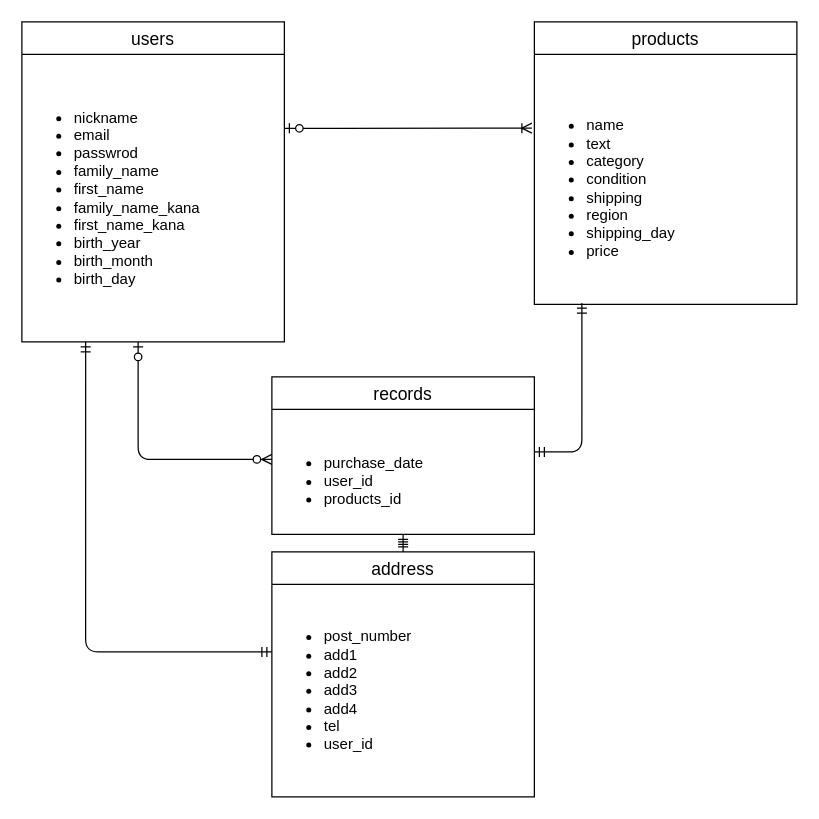
Earlier version of the draw.io diagram furima-31696.dio (atsutomori-82/furima-31696). Source tidied: cells renumbered, new cells numbered last; positions are measured from the earlier drawing's top-left corner, leaving out a move shared by most shapes. Both pictures are drawn from the tidied source at 125%, with x=0, y=0 at pixel (21, 21).
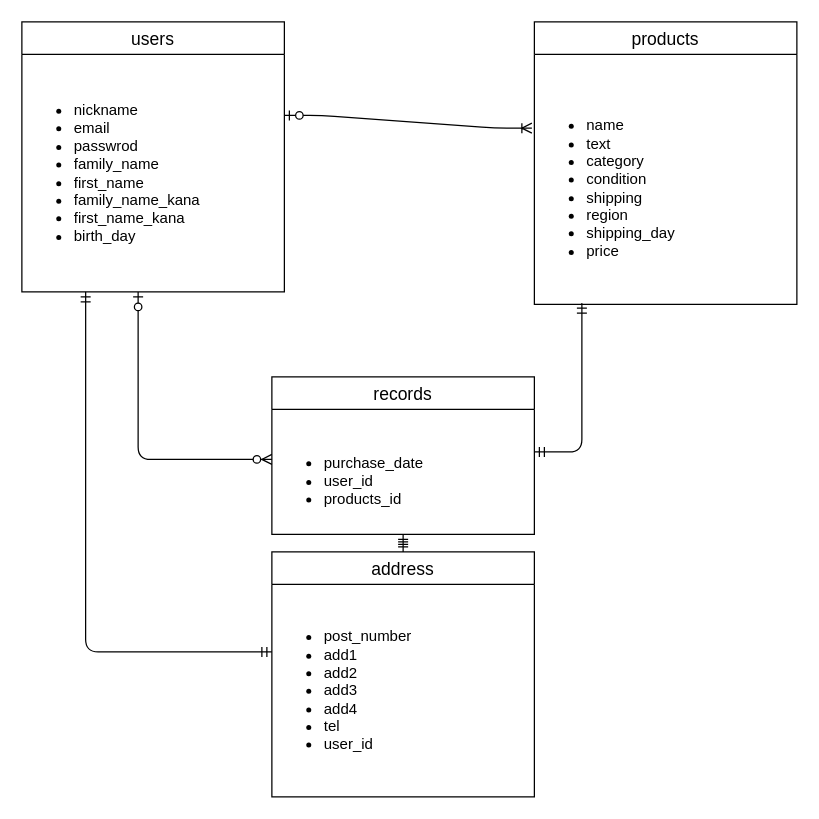
The same diagram, later.

What changed in the source:
```diff
@@
     <mxCell id="2" value="users" style="swimlane;fontStyle=0;horizontal=1;startSize=26;align=center;fontSize=14;rounded=0;sketch=0;" parent="1" vertex="1">
-      <mxGeometry width="210" height="256" as="geometry" />
+      <mxGeometry width="210" height="216" as="geometry" />
     </mxCell>
-    <mxCell id="3" value="&lt;ul&gt;&lt;li&gt;nickname&lt;/li&gt;&lt;li&gt;email&lt;/li&gt;&lt;li&gt;passwrod&lt;/li&gt;&lt;li&gt;family_name&lt;/li&gt;&lt;li&gt;first_name&lt;/li&gt;&lt;li&gt;family_name_kana&lt;/li&gt;&lt;li&gt;first_name_kana&lt;/li&gt;&lt;li&gt;birth_year&lt;/li&gt;&lt;li&gt;birth_month&lt;/li&gt;&lt;li&gt;birth_day&lt;/li&gt;&lt;/ul&gt;" style="text;html=1;align=left;verticalAlign=middle;points=[];" parent="2" vertex="1">
-      <mxGeometry y="26" width="210" height="230" as="geometry" />
+    <mxCell id="3" value="&lt;ul&gt;&lt;li&gt;nickname&lt;/li&gt;&lt;li&gt;email&lt;/li&gt;&lt;li&gt;passwrod&lt;/li&gt;&lt;li&gt;family_name&lt;/li&gt;&lt;li&gt;first_name&lt;/li&gt;&lt;li&gt;family_name_kana&lt;/li&gt;&lt;li&gt;first_name_kana&lt;/li&gt;&lt;li&gt;birth_day&lt;/li&gt;&lt;/ul&gt;" style="text;html=1;align=left;verticalAlign=middle;points=[];" parent="2" vertex="1">
+      <mxGeometry y="26" width="210" height="190" as="geometry" />
     </mxCell>
```
